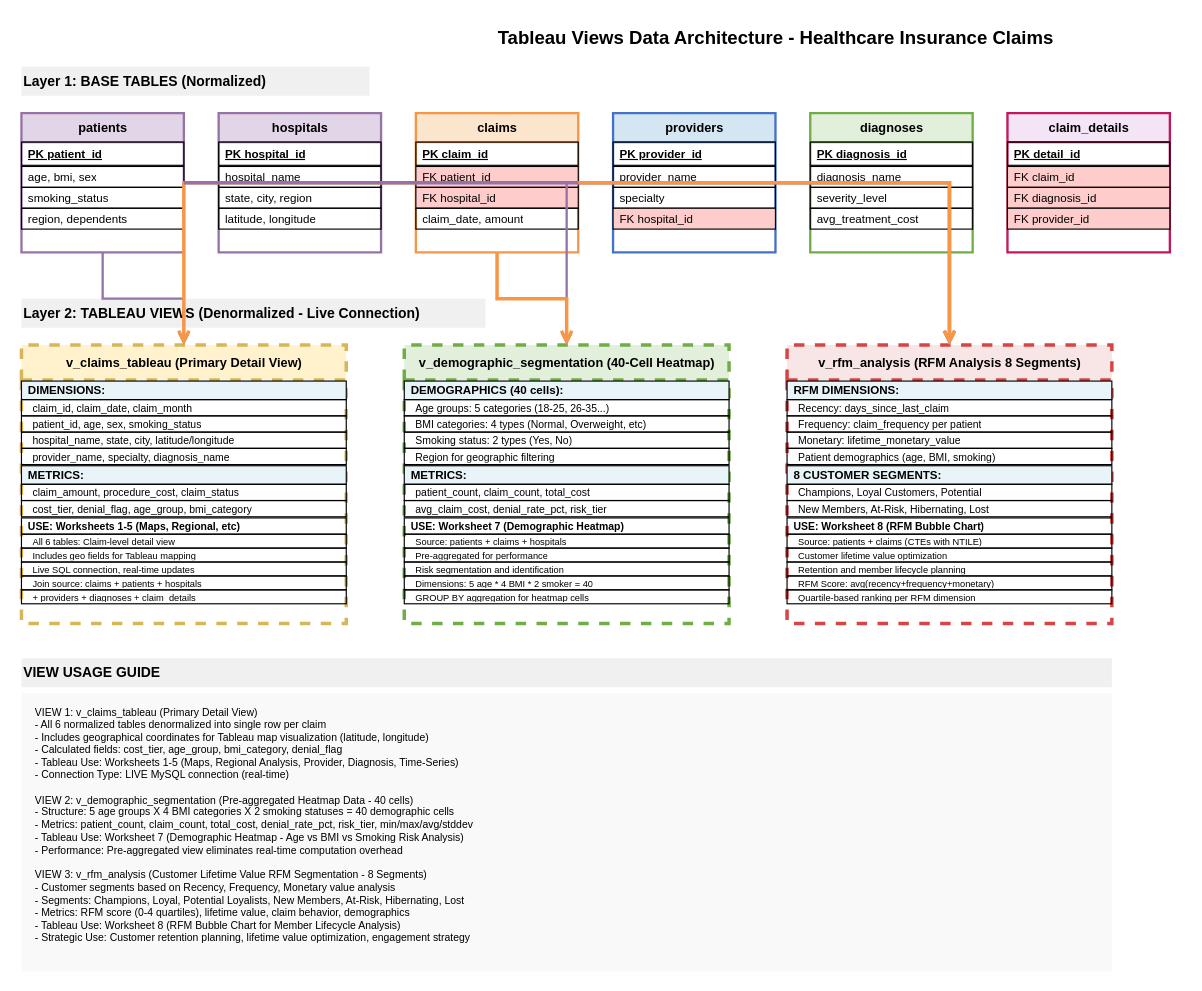
Earlier version of the draw.io diagram Tableau_Views_ER_Diagram.drawio (chandanaks2010-dev/Healthcare-Insurance-Claim-Analysis-And-Denial-Patterns-Dashboard). Source tidied: cells renumbered, new cells numbered last; positions are measured from the earlier drawing's top-left corner, leaving out a move shared by most shapes. Both pictures are drawn from the tidied source at 116%, with x=0, y=0 at pixel (21, 20).
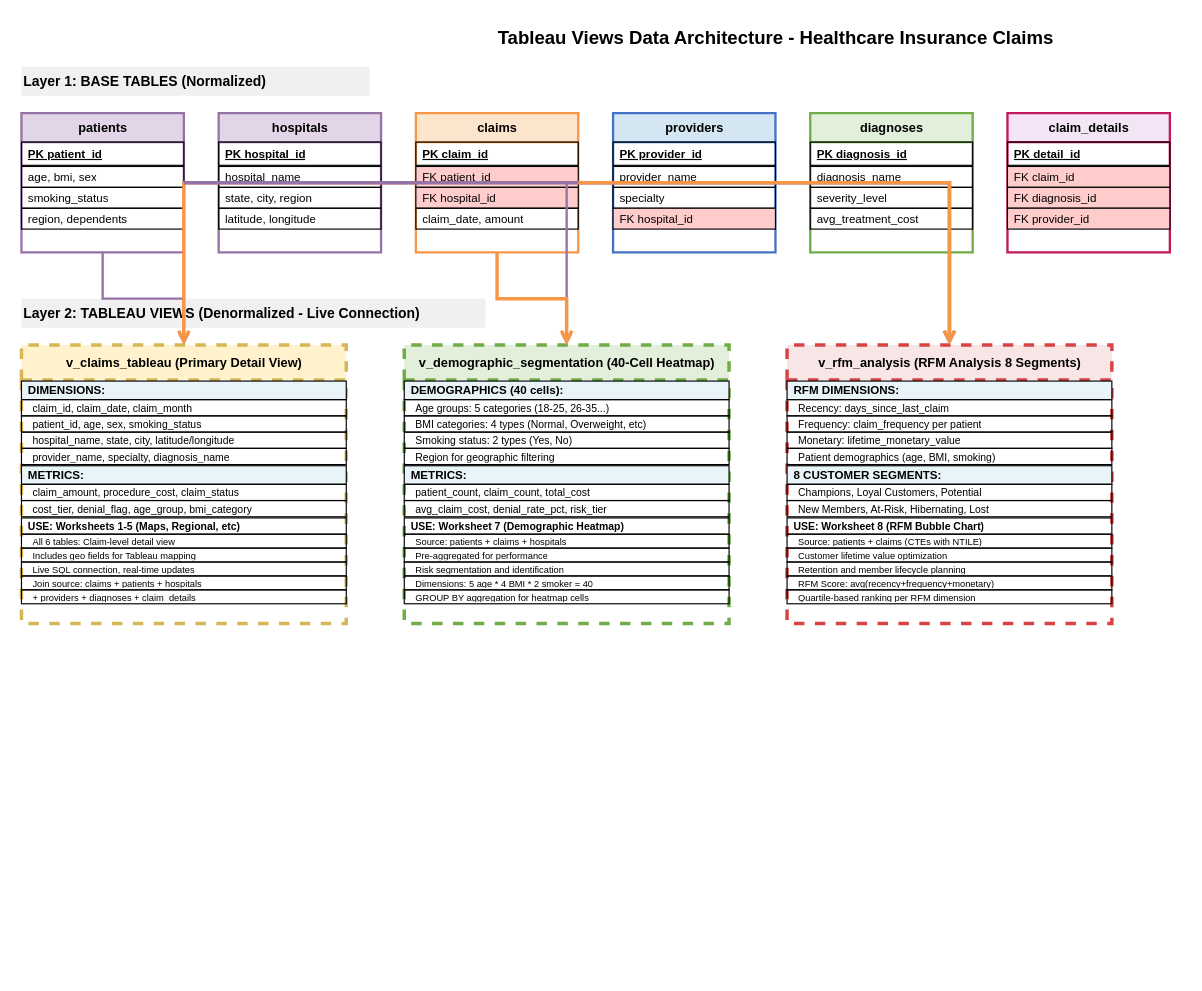
The same page after the edit.

Diff of the diagram source:
```diff
@@
-    <mxCell id="101" value="VIEW USAGE GUIDE" style="text;html=1;fontSize=12;fontStyle=1;align=left;verticalAlign=middle;fillColor=#f0f0f0;" parent="1" vertex="1">
-      <mxGeometry y="550" width="940" height="25" as="geometry" />
-    </mxCell>
-    <mxCell id="102" value="VIEW 1: v_claims_tableau (Primary Detail View)&#10;   - All 6 normalized tables denormalized into single row per claim&#10;   - Includes geographical coordinates for Tableau map visualization (latitude, longitude)&#10;   - Calculated fields: cost_tier, age_group, bmi_category, denial_flag&#10;   - Tableau Use: Worksheets 1-5 (Maps, Regional Analysis, Provider, Diagnosis, Time-Series)&#10;   - Connection Type: LIVE MySQL connection (real-time)&#10;&#10;VIEW 2: v_demographic_segmentation (Pre-aggregated Heatmap Data - 40 cells)&#10;   - Structure: 5 age groups X 4 BMI categories X 2 smoking statuses = 40 demographic cells&#10;   - Metrics: patient_count, claim_count, total_cost, denial_rate_pct, risk_tier, min/max/avg/stddev&#10;   - Tableau Use: Worksheet 7 (Demographic Heatmap - Age vs BMI vs Smoking Risk Analysis)&#10;   - Performance: Pre-aggregated view eliminates real-time computation overhead&#10;&#10;VIEW 3: v_rfm_analysis (Customer Lifetime Value RFM Segmentation - 8 Segments)&#10;   - Customer segments based on Recency, Frequency, Monetary value analysis&#10;   - Segments: Champions, Loyal, Potential Loyalists, New Members, At-Risk, Hibernating, Lost&#10;   - Metrics: RFM score (0-4 quartiles), lifetime value, claim behavior, demographics&#10;   - Tableau Use: Worksheet 8 (RFM Bubble Chart for Member Lifecycle Analysis)&#10;   - Strategic Use: Customer retention planning, lifetime value optimization, engagement strategy" style="text;html=1;fontSize=9;align=left;verticalAlign=top;fillColor=#f9f9f9;spacingLeft=10;spacingTop=5;" parent="1" vertex="1">
-      <mxGeometry y="580" width="940" height="240" as="geometry" />
-    </mxCell>
```
